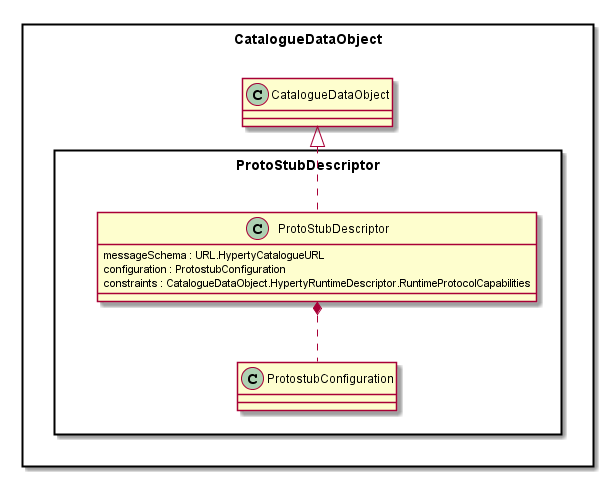
The PlantUML diagram docs/datamodel/core/hyperty-catalogue/Protostub-Descriptor-Data-Object-Model.png in reTHINK-project/dev-service-framework, before a commit. Its diagram source:
```plantuml
@startuml "../../docs/datamodel/core/hyperty-catalogue/Protostub-Descriptor-Data-Object-Model.png"

package CatalogueDataObject <<Rect>> {

package ProtoStubDescriptor <<Rect>> {

	class ProtoStubDescriptor {
		messageSchema : URL.HypertyCatalogueURL
		configuration : ProtostubConfiguration
		constraints : CatalogueDataObject.HypertyRuntimeDescriptor.RuntimeProtocolCapabilities
	}

	class ProtostubConfiguration {
	}

	ProtoStubDescriptor .up.|> CatalogueDataObject.CatalogueDataObject

	ProtoStubDescriptor *.. ProtostubConfiguration


}

}
@enduml
```
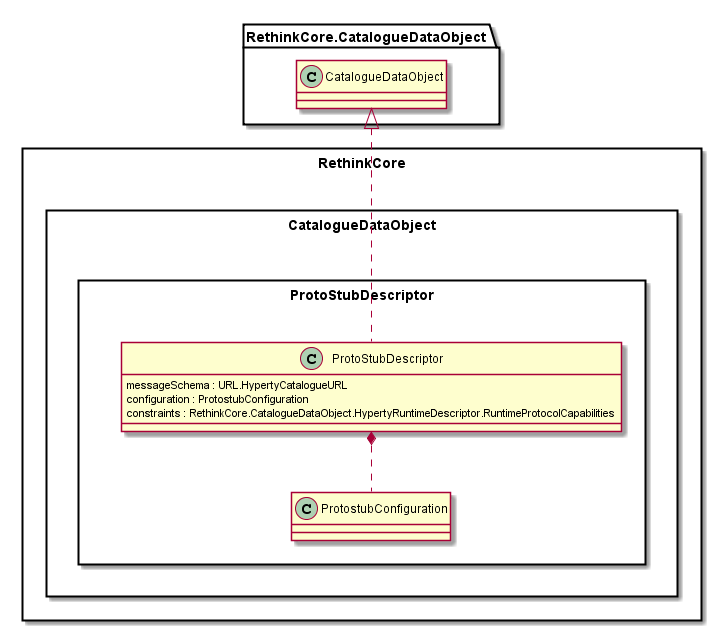
Above is the later version.

Diff of the diagram source:
```diff
@@ -1,24 +1,23 @@
 @startuml "../../docs/datamodel/core/hyperty-catalogue/Protostub-Descriptor-Data-Object-Model.png"
 
-package CatalogueDataObject <<Rect>> {
+package RethinkCore <<Rect>> {
 
-package ProtoStubDescriptor <<Rect>> {
+	package CatalogueDataObject <<Rect>> {
 
-	class ProtoStubDescriptor {
-		messageSchema : URL.HypertyCatalogueURL
-		configuration : ProtostubConfiguration
-		constraints : CatalogueDataObject.HypertyRuntimeDescriptor.RuntimeProtocolCapabilities
+		package ProtoStubDescriptor <<Rect>> {
+
+			class ProtoStubDescriptor {
+				messageSchema : URL.HypertyCatalogueURL
+				configuration : ProtostubConfiguration
+				constraints : RethinkCore.CatalogueDataObject.HypertyRuntimeDescriptor.RuntimeProtocolCapabilities
+			}
+
+			class ProtostubConfiguration {
+			}
+
+			ProtoStubDescriptor .up.|> RethinkCore.CatalogueDataObject.CatalogueDataObject
+			ProtoStubDescriptor *.. ProtostubConfiguration
+		}
 	}
-
-	class ProtostubConfiguration {
-	}
-
-	ProtoStubDescriptor .up.|> CatalogueDataObject.CatalogueDataObject
-
-	ProtoStubDescriptor *.. ProtostubConfiguration
-
-
-}
-
 }
 @enduml
```
